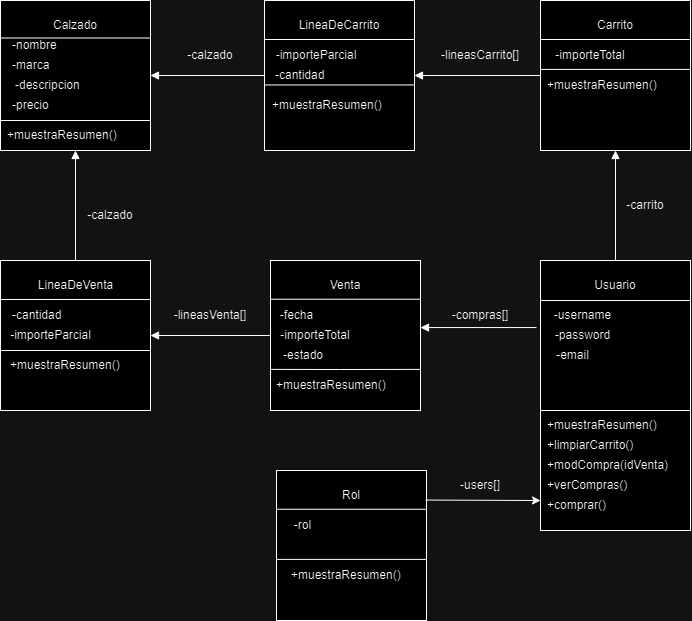
Before: Diagrama UML.drawio.png, a diagram exported from draw.io (Miguesg95/ProyectoTAD3.2). Source tidied: cells renumbered, new cells last; positions are measured from the earlier drawing's top-left corner, leaving out a move shared by most shapes.
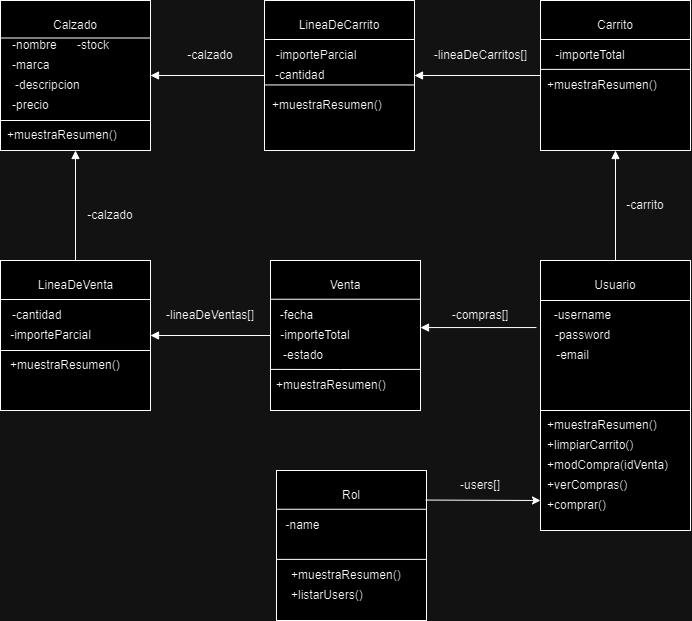
The same file after the commit.

What changed in the source:
```diff
@@ -95,8 +95,8 @@
     <mxCell id="28" value="-calzado" style="text;html=1;align=center;verticalAlign=middle;whiteSpace=wrap;rounded=0;" parent="1" vertex="1">
       <mxGeometry x="180" y="40" width="60" height="30" as="geometry" />
     </mxCell>
-    <mxCell id="29" value="-lineasCarrito[]" style="text;html=1;align=center;verticalAlign=middle;whiteSpace=wrap;rounded=0;" parent="1" vertex="1">
-      <mxGeometry x="435" y="40" width="90" height="30" as="geometry" />
+    <mxCell id="29" value="-lineaDeCarritos[]" style="text;html=1;align=center;verticalAlign=middle;whiteSpace=wrap;rounded=0;" parent="1" vertex="1">
+      <mxGeometry x="427.5" y="40" width="105" height="30" as="geometry" />
     </mxCell>
     <mxCell id="30" value="-carrito" style="text;html=1;align=center;verticalAlign=middle;whiteSpace=wrap;rounded=0;" parent="1" vertex="1">
       <mxGeometry x="615" y="190" width="60" height="30" as="geometry" />
@@ -113,8 +113,8 @@
         <mxPoint x="420" y="298.8" as="targetPoint" />
       </mxGeometry>
     </mxCell>
-    <mxCell id="34" value="-lineasVenta[]" style="text;html=1;align=center;verticalAlign=middle;whiteSpace=wrap;rounded=0;" parent="1" vertex="1">
-      <mxGeometry x="170" y="300" width="80" height="30" as="geometry" />
+    <mxCell id="34" value="-lineaDeVentas[]" style="text;html=1;align=center;verticalAlign=middle;whiteSpace=wrap;rounded=0;" parent="1" vertex="1">
+      <mxGeometry x="160" y="300" width="100" height="30" as="geometry" />
     </mxCell>
     <mxCell id="35" value="-username" style="text;html=1;align=center;verticalAlign=middle;whiteSpace=wrap;rounded=0;" parent="1" vertex="1">
       <mxGeometry x="550" y="300" width="65" height="30" as="geometry" />
@@ -221,7 +221,7 @@
     <mxCell id="63" value="Rol" style="text;html=1;align=center;verticalAlign=middle;whiteSpace=wrap;rounded=0;" parent="1" vertex="1">
       <mxGeometry x="321" y="480" width="60" height="30" as="geometry" />
     </mxCell>
-    <mxCell id="64" value="-rol" style="text;html=1;align=center;verticalAlign=middle;whiteSpace=wrap;rounded=0;" parent="1" vertex="1">
+    <mxCell id="64" value="-name" style="text;html=1;align=center;verticalAlign=middle;whiteSpace=wrap;rounded=0;" parent="1" vertex="1">
       <mxGeometry x="270" y="510" width="65" height="30" as="geometry" />
     </mxCell>
     <mxCell id="65" style="endArrow=none;html=1;rounded=0;exitX=0;exitY=0.25;exitDx=0;exitDy=0;entryX=1;entryY=0.25;entryDx=0;entryDy=0;" parent="1" edge="1">
@@ -248,5 +248,11 @@
     <mxCell id="70" value="-estado" style="text;html=1;align=center;verticalAlign=middle;whiteSpace=wrap;rounded=0;" parent="1" vertex="1">
       <mxGeometry x="257.5" y="340" width="90" height="30" as="geometry" />
     </mxCell>
+    <mxCell id="71" value="+listarUsers()" style="text;html=1;align=left;verticalAlign=middle;whiteSpace=wrap;rounded=0;" parent="1" vertex="1">
+      <mxGeometry x="289" y="580" width="85" height="30" as="geometry" />
+    </mxCell>
+    <mxCell id="72" value="-stock" style="text;html=1;align=left;verticalAlign=middle;whiteSpace=wrap;rounded=0;" parent="1" vertex="1">
+      <mxGeometry x="75" y="30" width="80" height="30" as="geometry" />
+    </mxCell>
   </root>
 </mxGraphModel>
```
